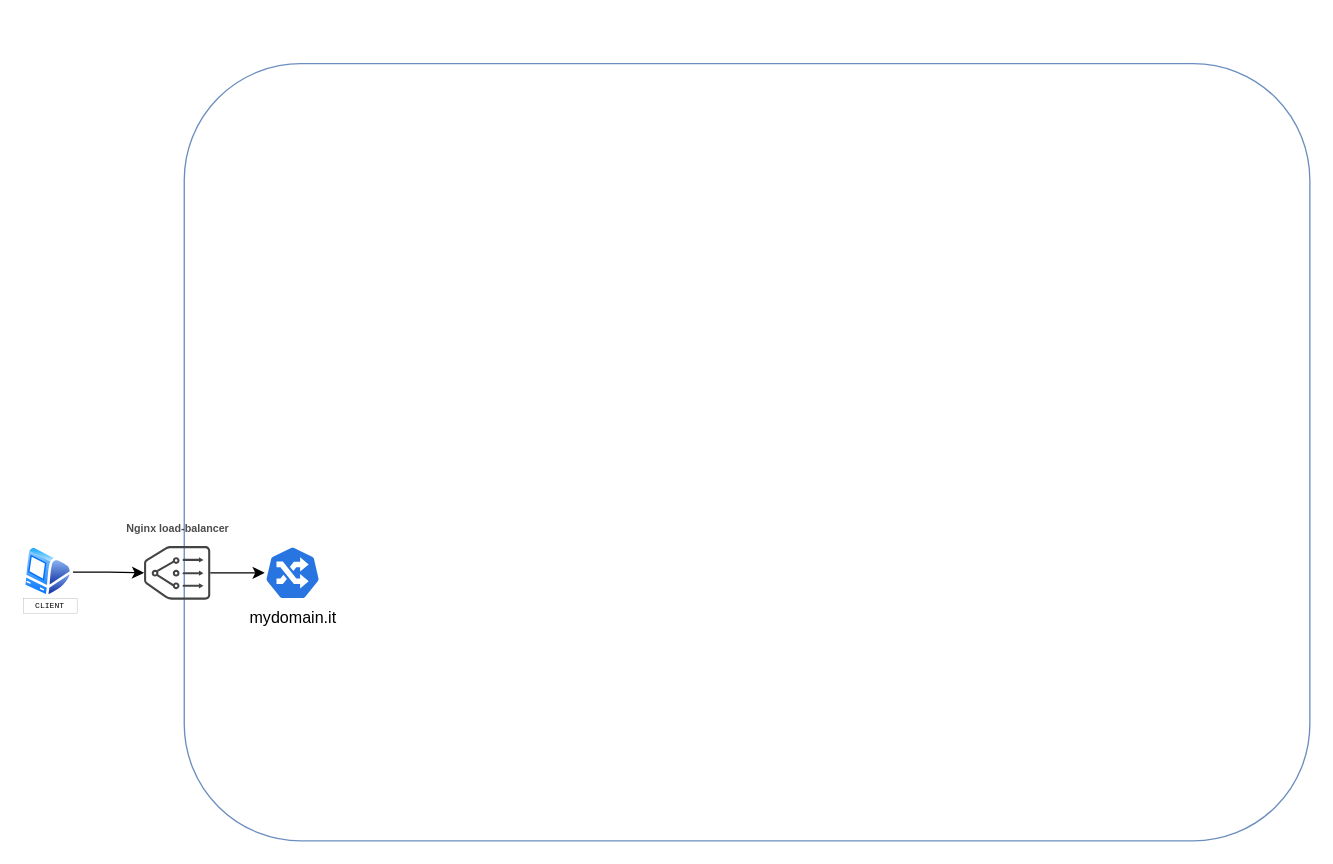
The draw.io diagram kube.drawio in PASBarbari/Trascendence, before the edit. Source tidied: cells renumbered, new cells numbered last; positions are measured from the earlier drawing's top-left corner, leaving out a move shared by most shapes. Both pictures are drawn from the tidied source at 134%, with x=0, y=0 at pixel (23, 63). Pictures stored in the file or linked from it are replaced by grey dashed boxes.
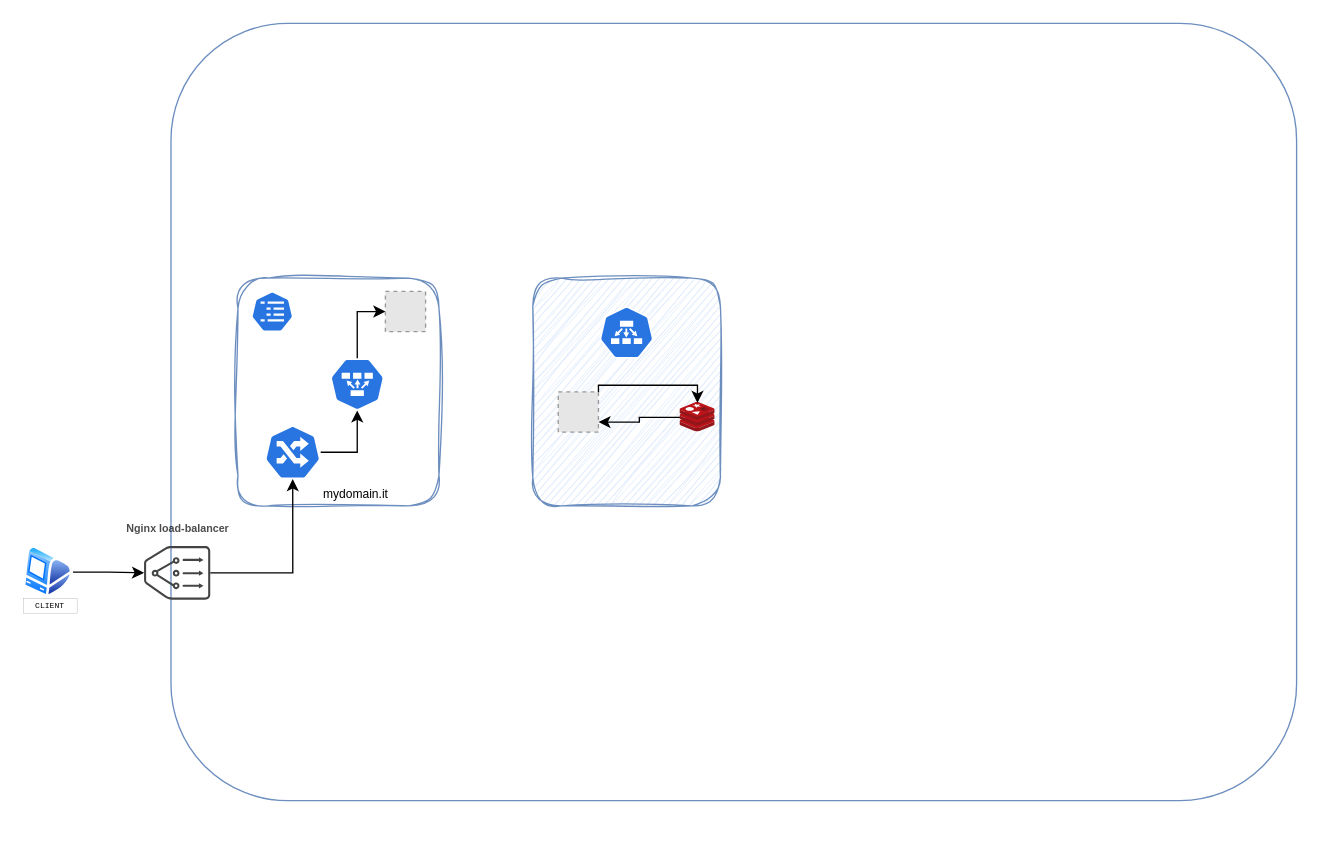
The same diagram, later.

Unchanged cells that the change refers to:
```xml
<mxCell id="6" value="&lt;h1&gt;Nginx&amp;nbsp;&lt;span style=&quot;background-color: transparent; color: light-dark(rgb(0, 0, 0), rgb(255, 255, 255));&quot;&gt;load-balancer&lt;/span&gt;&lt;/h1&gt;" style="sketch=0;shadow=0;dashed=0;html=1;strokeColor=none;fillColor=#434445;labelPosition=center;verticalLabelPosition=top;verticalAlign=bottom;align=center;outlineConnect=0;shape=mxgraph.vvd.nsx_edge_and_load_balancer;fontSize=4;textOpacity=70;" parent="1" vertex="1">
  <mxGeometry x="90" y="360" width="49.4" height="40" as="geometry" />
</mxCell>
```

What changed in the source:
```diff
@@
     <mxCell id="2" style="rounded=1;whiteSpace=wrap;html=1;fillColor=none;strokeColor=#6c8ebf;" parent="1" vertex="1">
-      <mxGeometry x="120" width="840" height="580" as="geometry" />
+      <mxGeometry x="110.1" y="-30" width="840" height="580" as="geometry" />
     </mxCell>
+    <mxCell id="9" style="rounded=1;whiteSpace=wrap;html=1;fillColor=none;strokeColor=#6c8ebf;sketch=1;curveFitting=1;jiggle=2;" parent="1" vertex="1">
+      <mxGeometry x="160.1" y="160" width="150" height="170" as="geometry" />
+    </mxCell>
-    <mxCell id="3" value="mydomain.it" style="sketch=0;html=1;dashed=0;whitespace=wrap;verticalLabelPosition=bottom;verticalAlign=top;fillColor=#2875E2;strokeColor=#ffffff;points=[[0.005,0.63,0],[0.1,0.2,0],[0.9,0.2,0],[0.5,0,0],[0.995,0.63,0],[0.72,0.99,0],[0.5,1,0],[0.28,0.99,0]];shape=mxgraph.kubernetes.icon2;prIcon=ing;" parent="1" vertex="1">
-      <mxGeometry x="180" y="360" width="41.7" height="40" as="geometry" />
+    <mxCell id="3" value="mydomain.it" style="sketch=0;html=1;dashed=0;whitespace=wrap;verticalLabelPosition=bottom;verticalAlign=top;fillColor=#2875E2;strokeColor=#ffffff;points=[[0.005,0.63,0],[0.1,0.2,0],[0.9,0.2,0],[0.5,0,0],[0.995,0.63,0],[0.72,0.99,0],[0.5,1,0],[0.28,0.99,0]];shape=mxgraph.kubernetes.icon2;prIcon=ing;labelPosition=right;align=left;fontSize=9;" parent="1" vertex="1">
+      <mxGeometry x="180.1" y="270" width="41.7" height="40" as="geometry" />
     </mxCell>
@@
+    <mxCell id="10" style="fillColor=#E6E6E6;strokeColor=#999999;dashed=1;html=1;verticalAlign=top;verticalLabelPosition=bottom;labelBackgroundColor=#ffffff;" parent="1" vertex="1">
+      <mxGeometry x="270.1" y="170" width="30" height="30" as="geometry" />
+    </mxCell>
+    <mxCell id="11" style="sketch=0;html=1;dashed=0;whitespace=wrap;verticalLabelPosition=bottom;verticalAlign=top;fillColor=#2875E2;strokeColor=#ffffff;shape=mxgraph.kubernetes.icon2;prIcon=cm;" parent="1" vertex="1">
+      <mxGeometry x="170.1" y="170" width="31.2" height="30" as="geometry" />
+    </mxCell>
+    <mxCell id="12" style="edgeStyle=orthogonalEdgeStyle;rounded=0;jettySize=auto;html=1;entryX=0;entryY=0.5;entryDx=0;entryDy=0;" parent="1" edge="1" source="13" target="10">
+      <mxGeometry relative="1" as="geometry" />
+    </mxCell>
+    <mxCell id="13" style="sketch=0;html=1;dashed=0;whitespace=wrap;verticalLabelPosition=bottom;verticalAlign=top;fillColor=#2875E2;strokeColor=#ffffff;points=[[0.005,0.63,0],[0.1,0.2,0],[0.9,0.2,0],[0.5,0,0],[0.995,0.63,0],[0.72,0.99,0],[0.5,1,0],[0.28,0.99,0]];shape=mxgraph.kubernetes.icon2;prIcon=ep;rotation=-180;" parent="1" vertex="1">
+      <mxGeometry x="228.1" y="220" width="42" height="38.8" as="geometry" />
+    </mxCell>
-    <mxCell id="8" style="edgeStyle=orthogonalEdgeStyle;rounded=0;jettySize=auto;html=1;" parent="1" edge="1" source="6" target="3">
+    <mxCell id="8" style="edgeStyle=orthogonalEdgeStyle;rounded=0;jettySize=auto;html=1;entryX=0.5;entryY=1;entryDx=0;entryDy=0;entryPerimeter=0;labelPosition=right;verticalLabelPosition=middle;align=left;verticalAlign=middle;" parent="1" edge="1" source="6" target="3">
       <mxGeometry relative="1" as="geometry" />
     </mxCell>
+    <mxCell id="14" style="edgeStyle=orthogonalEdgeStyle;rounded=0;jettySize=auto;html=1;entryX=0.5;entryY=0;entryDx=0;entryDy=0;entryPerimeter=0;" parent="1" edge="1" source="3" target="13">
+      <mxGeometry relative="1" as="geometry" />
+    </mxCell>
+    <mxCell id="15" style="rounded=1;whiteSpace=wrap;html=1;sketch=1;curveFitting=1;jiggle=2;shadow=0;glass=0;fillColor=#dae8fc;strokeColor=#6c8ebf;fillStyle=auto;" parent="1" vertex="1">
+      <mxGeometry x="380.1" y="160" width="140" height="170" as="geometry" />
+    </mxCell>
+    <mxCell id="16" style="edgeStyle=orthogonalEdgeStyle;rounded=0;jettySize=auto;html=1;entryX=1;entryY=0.75;entryDx=0;entryDy=0;" parent="1" edge="1" source="17" target="18">
+      <mxGeometry relative="1" as="geometry" />
+    </mxCell>
+    <mxCell id="17" style="image;sketch=0;html=1;points=[];align=center;fontSize=12;image=img/lib/mscae/Cache_Redis_Product.svg;" parent="1" vertex="1">
+      <mxGeometry x="490.1" y="253" width="26.2" height="22" as="geometry" />
+    </mxCell>
+    <mxCell id="18" style="fillColor=#E6E6E6;strokeColor=#999999;dashed=1;html=1;verticalAlign=top;verticalLabelPosition=bottom;labelBackgroundColor=#ffffff;" parent="1" vertex="1">
+      <mxGeometry x="399.1" y="245" width="30" height="30" as="geometry" />
+    </mxCell>
+    <mxCell id="19" style="sketch=0;html=1;dashed=0;whitespace=wrap;verticalLabelPosition=bottom;verticalAlign=top;fillColor=#2875E2;strokeColor=#ffffff;shape=mxgraph.kubernetes.icon2;prIcon=ep;rotation=0;" parent="1" vertex="1">
+      <mxGeometry x="429.1" y="181.2" width="42" height="38.8" as="geometry" />
+    </mxCell>
+    <mxCell id="20" style="edgeStyle=orthogonalEdgeStyle;rounded=0;jettySize=auto;html=1;entryX=0.492;entryY=0.008;entryDx=0;entryDy=0;entryPerimeter=0;exitX=1;exitY=0;exitDx=0;exitDy=0;" parent="1" edge="1" source="18" target="17">
+      <mxGeometry relative="1" as="geometry">
+        <Array as="points">
+          <mxPoint x="503.1" y="240" />
+        </Array>
+      </mxGeometry>
+    </mxCell>
```
